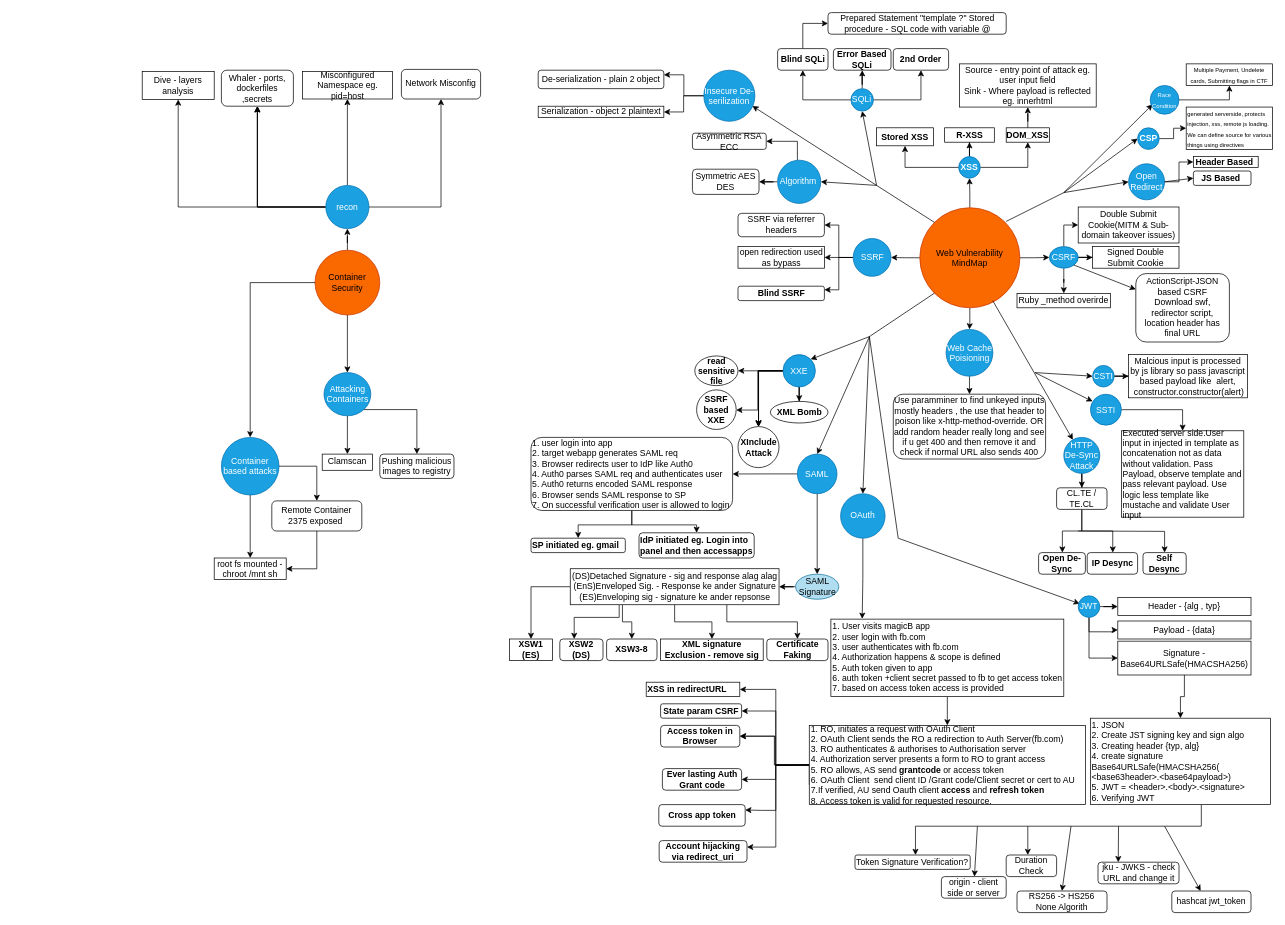
mkpmanish/bounty keeps this draw.io diagram as vulns.drawio. Above is the earlier version. Source tidied: cells renumbered, new cells numbered last; positions are measured from the earlier drawing's top-left corner, leaving out a move shared by most shapes. Both pictures are drawn from the tidied source at 72%, with x=0, y=0 at pixel (142, 12).
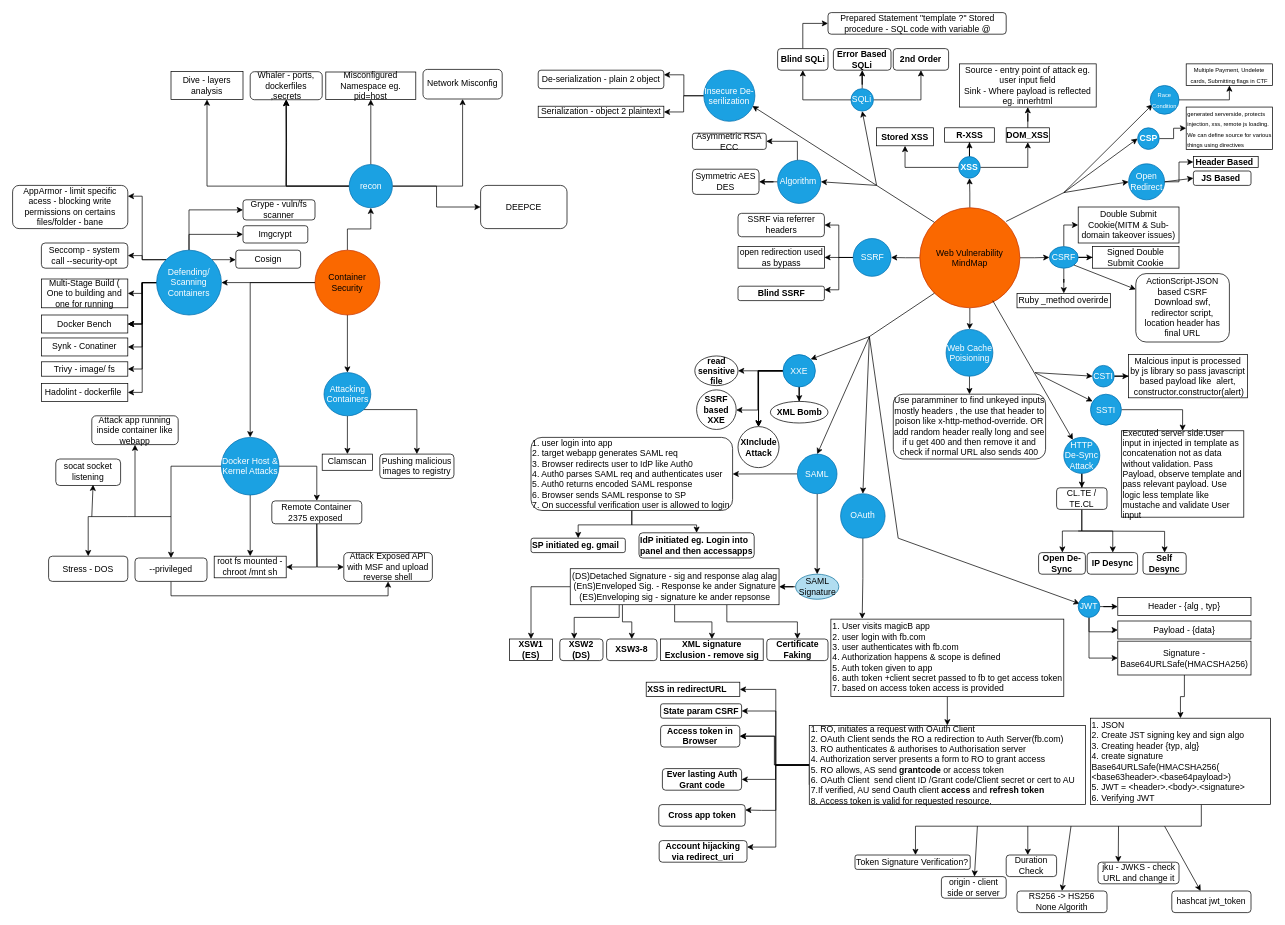
Above is the later version.

Unchanged cells that the change refers to:
```xml
<mxCell id="167" value="Container Security" style="ellipse;whiteSpace=wrap;html=1;fillColor=#fa6800;fontColor=#000000;strokeColor=#C73500;" parent="1" vertex="1">
  <mxGeometry x="240" y="330" width="90" height="90" as="geometry" />
</mxCell>
```

Diff of the diagram source:
```diff
@@
+    <mxCell id="191" style="edgeStyle=orthogonalEdgeStyle;rounded=0;jettySize=auto;html=1;entryX=1;entryY=0.5;entryDx=0;entryDy=0;" parent="1" edge="1" source="167" target="217">
+      <mxGeometry relative="1" as="geometry" />
+    </mxCell>
@@
-    <mxCell id="171" style="edgeStyle=orthogonalEdgeStyle;rounded=0;jettySize=auto;html=1;" parent="1" edge="1" source="174" target="176">
-      <mxGeometry relative="1" as="geometry" />
+    <mxCell id="171" style="edgeStyle=orthogonalEdgeStyle;rounded=0;jettySize=auto;html=1;" parent="1" edge="1" target="176">
+      <mxGeometry relative="1" as="geometry">
+        <mxPoint x="200" y="240" as="sourcePoint" />
+      </mxGeometry>
     </mxCell>
@@
+    <mxCell id="192" style="edgeStyle=orthogonalEdgeStyle;rounded=0;jettySize=auto;html=1;" parent="1" edge="1" source="174" target="204">
+      <mxGeometry relative="1" as="geometry" />
+    </mxCell>
     <mxCell id="174" value="recon" style="ellipse;whiteSpace=wrap;html=1;fillColor=#1ba1e2;fontColor=#ffffff;strokeColor=#006EAF;" parent="1" vertex="1">
-      <mxGeometry x="255" y="240" width="60" height="60" as="geometry" />
+      <mxGeometry x="287.5" y="211" width="60" height="60" as="geometry" />
     </mxCell>
     <mxCell id="175" value="Dive - layers analysis" style="whiteSpace=wrap;html=1;" parent="1" vertex="1">
-      <mxGeometry y="81.8" width="100" height="38.9" as="geometry" />
+      <mxGeometry x="40" y="81.8" width="100" height="38.9" as="geometry" />
     </mxCell>
     <mxCell id="176" value="Whaler - ports, dockerfiles ,secrets" style="rounded=1;whiteSpace=wrap;html=1;" parent="1" vertex="1">
-      <mxGeometry x="110" y="80" width="100" height="50" as="geometry" />
+      <mxGeometry x="150" y="82.1" width="100" height="38.9" as="geometry" />
     </mxCell>
     <mxCell id="177" value="Misconfigured Namespace eg. pid=host" style="whiteSpace=wrap;html=1;" parent="1" vertex="1">
-      <mxGeometry x="222.5" y="81.8" width="125" height="38.2" as="geometry" />
+      <mxGeometry x="255" y="82.5" width="125" height="38.2" as="geometry" />
     </mxCell>
     <mxCell id="178" value="Network Misconfig" style="rounded=1;whiteSpace=wrap;html=1;" parent="1" vertex="1">
-      <mxGeometry x="360" y="78.9" width="110" height="41.1" as="geometry" />
+      <mxGeometry x="390" y="78.9" width="110" height="41.1" as="geometry" />
     </mxCell>
@@
+    <mxCell id="193" style="edgeStyle=orthogonalEdgeStyle;rounded=0;jettySize=auto;html=1;entryX=0.5;entryY=0;entryDx=0;entryDy=0;" parent="1" edge="1" source="187" target="195">
+      <mxGeometry relative="1" as="geometry" />
+    </mxCell>
-    <mxCell id="187" value="Container based attacks" style="ellipse;whiteSpace=wrap;html=1;fillColor=#1ba1e2;strokeColor=#006EAF;fontColor=#ffffff;" parent="1" vertex="1">
+    <mxCell id="187" value="Docker Host &amp;amp; Kernel Attacks" style="ellipse;whiteSpace=wrap;html=1;fillColor=#1ba1e2;strokeColor=#006EAF;fontColor=#ffffff;" parent="1" vertex="1">
       <mxGeometry x="110" y="590" width="80" height="80" as="geometry" />
     </mxCell>
     <mxCell id="188" value="root fs mounted - chroot /mnt sh" style="whiteSpace=wrap;html=1;" parent="1" vertex="1">
-      <mxGeometry x="100" y="757.5" width="100" height="30" as="geometry" />
+      <mxGeometry x="100" y="755" width="100" height="30" as="geometry" />
     </mxCell>
@@
     <mxCell id="190" value="Remote Container 2375 exposed&amp;nbsp;" style="rounded=1;whiteSpace=wrap;html=1;" parent="1" vertex="1">
-      <mxGeometry x="180" y="678.2" width="125" height="41.8" as="geometry" />
+      <mxGeometry x="180" y="678.2" width="125" height="31.8" as="geometry" />
     </mxCell>
+    <mxCell id="194" style="edgeStyle=orthogonalEdgeStyle;rounded=0;jettySize=auto;html=1;entryX=0.5;entryY=1;entryDx=0;entryDy=0;" parent="1" edge="1" source="195" target="196">
+      <mxGeometry relative="1" as="geometry">
+        <Array as="points">
+          <mxPoint x="40" y="810" />
+          <mxPoint x="342" y="810" />
+        </Array>
+      </mxGeometry>
+    </mxCell>
+    <mxCell id="195" value="--privileged" style="rounded=1;whiteSpace=wrap;html=1;" parent="1" vertex="1">
+      <mxGeometry x="-10" y="757.5" width="100" height="32.5" as="geometry" />
+    </mxCell>
+    <mxCell id="196" value="Attack Exposed API with MSF and upload reverse shell" style="rounded=1;whiteSpace=wrap;html=1;" parent="1" vertex="1">
+      <mxGeometry x="280" y="750" width="123" height="40" as="geometry" />
+    </mxCell>
+    <mxCell id="197" style="endArrow=classic;html=1;rounded=0;entryX=0;entryY=0.5;entryDx=0;entryDy=0;exitX=0.5;exitY=1;exitDx=0;exitDy=0;" parent="1" edge="1" source="190" target="196">
+      <mxGeometry relative="1" as="geometry">
+        <Array as="points">
+          <mxPoint x="243" y="770" />
+        </Array>
+      </mxGeometry>
+    </mxCell>
+    <mxCell id="198" style="endArrow=classic;html=1;rounded=0;entryX=0.5;entryY=0;entryDx=0;entryDy=0;" parent="1" edge="1" target="199">
+      <mxGeometry relative="1" as="geometry">
+        <mxPoint x="40" y="700" as="sourcePoint" />
+        <Array as="points">
+          <mxPoint x="-20" y="700" />
+          <mxPoint x="-75" y="700" />
+        </Array>
+      </mxGeometry>
+    </mxCell>
+    <mxCell id="199" value="Stress - DOS" style="rounded=1;whiteSpace=wrap;html=1;" parent="1" vertex="1">
+      <mxGeometry x="-130" y="755" width="110" height="35" as="geometry" />
+    </mxCell>
+    <mxCell id="200" value="socat socket listening" style="rounded=1;whiteSpace=wrap;html=1;" parent="1" vertex="1">
+      <mxGeometry x="-120" y="620" width="90" height="36.8" as="geometry" />
+    </mxCell>
+    <mxCell id="201" style="endArrow=classic;html=1;rounded=0;entryX=0.575;entryY=0.969;entryDx=0;entryDy=0;entryPerimeter=0;" parent="1" edge="1" target="200">
+      <mxGeometry relative="1" as="geometry">
+        <mxPoint x="-70" y="700" as="sourcePoint" />
+      </mxGeometry>
+    </mxCell>
+    <mxCell id="202" style="endArrow=classic;html=1;rounded=0;entryX=0.5;entryY=1;entryDx=0;entryDy=0;" parent="1" edge="1" target="203">
+      <mxGeometry relative="1" as="geometry">
+        <mxPoint x="-10" y="700" as="sourcePoint" />
+      </mxGeometry>
+    </mxCell>
+    <mxCell id="203" value="Attack app running inside container like webapp" style="rounded=1;whiteSpace=wrap;html=1;" parent="1" vertex="1">
+      <mxGeometry x="-70" y="560" width="120" height="40" as="geometry" />
+    </mxCell>
+    <mxCell id="204" value="DEEPCE" style="rounded=1;whiteSpace=wrap;html=1;" parent="1" vertex="1">
+      <mxGeometry x="470" y="240" width="120" height="60" as="geometry" />
+    </mxCell>
+    <mxCell id="205" style="edgeStyle=orthogonalEdgeStyle;rounded=0;jettySize=auto;html=1;entryX=1;entryY=0.5;entryDx=0;entryDy=0;" parent="1" edge="1" source="217" target="218">
+      <mxGeometry relative="1" as="geometry" />
+    </mxCell>
+    <mxCell id="206" style="edgeStyle=orthogonalEdgeStyle;rounded=0;jettySize=auto;html=1;entryX=1;entryY=0.5;entryDx=0;entryDy=0;" parent="1" edge="1" source="217" target="219">
+      <mxGeometry relative="1" as="geometry" />
+    </mxCell>
+    <mxCell id="207" style="edgeStyle=orthogonalEdgeStyle;rounded=0;jettySize=auto;html=1;entryX=1;entryY=0.5;entryDx=0;entryDy=0;" parent="1" edge="1" source="217" target="220">
+      <mxGeometry relative="1" as="geometry" />
+    </mxCell>
+    <mxCell id="208" style="edgeStyle=orthogonalEdgeStyle;rounded=0;jettySize=auto;html=1;" parent="1" edge="1" source="217" target="221">
+      <mxGeometry relative="1" as="geometry" />
+    </mxCell>
+    <mxCell id="209" style="edgeStyle=orthogonalEdgeStyle;rounded=0;jettySize=auto;html=1;" parent="1" edge="1" source="217" target="221">
+      <mxGeometry relative="1" as="geometry" />
+    </mxCell>
+    <mxCell id="210" style="edgeStyle=orthogonalEdgeStyle;rounded=0;jettySize=auto;html=1;" parent="1" edge="1" source="217" target="221">
+      <mxGeometry relative="1" as="geometry" />
+    </mxCell>
+    <mxCell id="211" style="edgeStyle=orthogonalEdgeStyle;rounded=0;jettySize=auto;html=1;" parent="1" edge="1" source="217" target="222">
+      <mxGeometry relative="1" as="geometry" />
+    </mxCell>
+    <mxCell id="212" style="edgeStyle=orthogonalEdgeStyle;rounded=0;jettySize=auto;html=1;exitX=1;exitY=0;exitDx=0;exitDy=0;entryX=0;entryY=0.5;entryDx=0;entryDy=0;" parent="1" edge="1" source="217" target="225">
+      <mxGeometry relative="1" as="geometry" />
+    </mxCell>
+    <mxCell id="213" style="edgeStyle=orthogonalEdgeStyle;rounded=0;jettySize=auto;html=1;exitX=0.5;exitY=0;exitDx=0;exitDy=0;entryX=0;entryY=0.5;entryDx=0;entryDy=0;" parent="1" edge="1" source="217" target="226">
+      <mxGeometry relative="1" as="geometry" />
+    </mxCell>
+    <mxCell id="214" style="edgeStyle=orthogonalEdgeStyle;rounded=0;jettySize=auto;html=1;exitX=0;exitY=0;exitDx=0;exitDy=0;entryX=1;entryY=0.5;entryDx=0;entryDy=0;" parent="1" edge="1" source="217" target="223">
+      <mxGeometry relative="1" as="geometry" />
+    </mxCell>
+    <mxCell id="215" style="edgeStyle=orthogonalEdgeStyle;rounded=0;jettySize=auto;html=1;exitX=0;exitY=0;exitDx=0;exitDy=0;entryX=1;entryY=0.25;entryDx=0;entryDy=0;" parent="1" edge="1" source="217" target="224">
+      <mxGeometry relative="1" as="geometry" />
+    </mxCell>
+    <mxCell id="216" style="edgeStyle=orthogonalEdgeStyle;rounded=0;jettySize=auto;html=1;exitX=0.5;exitY=0;exitDx=0;exitDy=0;entryX=0;entryY=0.5;entryDx=0;entryDy=0;" parent="1" edge="1" source="217" target="227">
+      <mxGeometry relative="1" as="geometry" />
+    </mxCell>
+    <mxCell id="217" value="Defending/&lt;div&gt;Scanning Containers&lt;/div&gt;" style="ellipse;whiteSpace=wrap;html=1;fillColor=#1ba1e2;fontColor=#ffffff;strokeColor=#006EAF;" parent="1" vertex="1">
+      <mxGeometry x="20" y="330" width="90" height="90" as="geometry" />
+    </mxCell>
+    <mxCell id="218" value="Hadolint - dockerfile&amp;nbsp;" style="whiteSpace=wrap;html=1;" parent="1" vertex="1">
+      <mxGeometry x="-140" y="515" width="120" height="25" as="geometry" />
+    </mxCell>
+    <mxCell id="219" value="Trivy - image/ fs" style="whiteSpace=wrap;html=1;" parent="1" vertex="1">
+      <mxGeometry x="-140" y="485" width="120" height="20" as="geometry" />
+    </mxCell>
+    <mxCell id="220" value="Synk - Conatiner" style="whiteSpace=wrap;html=1;" parent="1" vertex="1">
+      <mxGeometry x="-140" y="451.9" width="120" height="25" as="geometry" />
+    </mxCell>
+    <mxCell id="221" value="Docker Bench" style="whiteSpace=wrap;html=1;" parent="1" vertex="1">
+      <mxGeometry x="-140" y="420" width="120" height="25" as="geometry" />
+    </mxCell>
+    <mxCell id="222" value="Multi-Stage Build ( One to building and one for running" style="whiteSpace=wrap;html=1;" parent="1" vertex="1">
+      <mxGeometry x="-140" y="370" width="120" height="40" as="geometry" />
+    </mxCell>
+    <mxCell id="223" value="Seccomp - system call --security-opt" style="rounded=1;whiteSpace=wrap;html=1;" parent="1" vertex="1">
+      <mxGeometry x="-140" y="320" width="120" height="35" as="geometry" />
+    </mxCell>
+    <mxCell id="224" value="AppArmor - limit specific acess - blocking write permissions on certains files/folder - bane" style="rounded=1;whiteSpace=wrap;html=1;" parent="1" vertex="1">
+      <mxGeometry x="-180" y="240" width="160" height="60" as="geometry" />
+    </mxCell>
+    <mxCell id="225" value="Cosign" style="rounded=1;whiteSpace=wrap;html=1;" parent="1" vertex="1">
+      <mxGeometry x="130" y="330" width="90" height="25" as="geometry" />
+    </mxCell>
+    <mxCell id="226" value="Imgcrypt" style="rounded=1;whiteSpace=wrap;html=1;" parent="1" vertex="1">
+      <mxGeometry x="140" y="296" width="90" height="24" as="geometry" />
+    </mxCell>
+    <mxCell id="227" value="Grype - vuln/fs scanner" style="rounded=1;whiteSpace=wrap;html=1;" parent="1" vertex="1">
+      <mxGeometry x="140" y="260" width="100" height="28" as="geometry" />
+    </mxCell>
```
